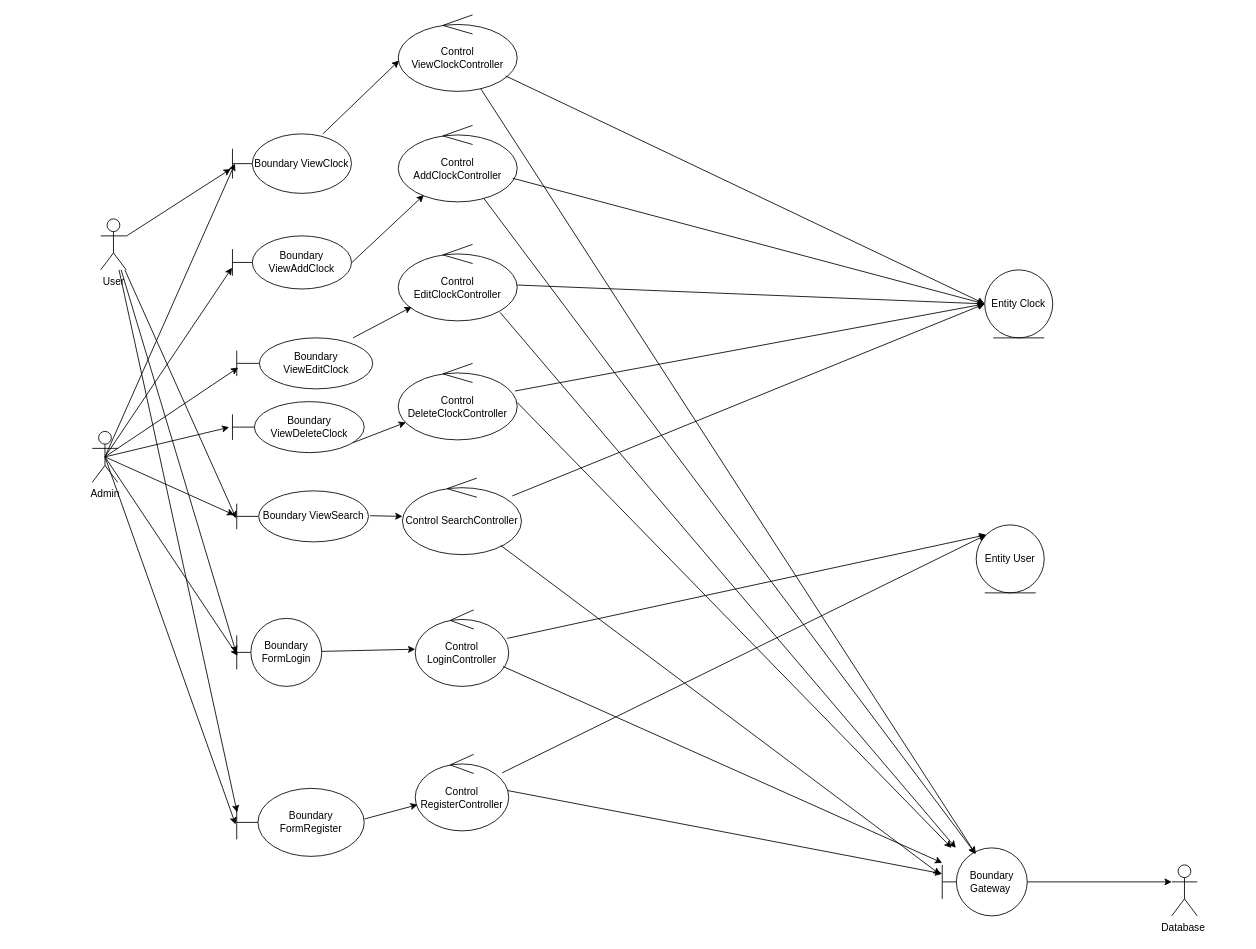
The draw.io diagram page "ECB" (2 of 5) of Draw/Cloc.drawio in TMChi3n/clock-web, before the edit. Source tidied: cells renumbered, new cells numbered last; positions are measured from the earlier drawing's top-left corner, leaving out a move shared by most shapes. Both pictures are drawn from the tidied source at 85%, with x=0, y=0 at pixel (92, 14).
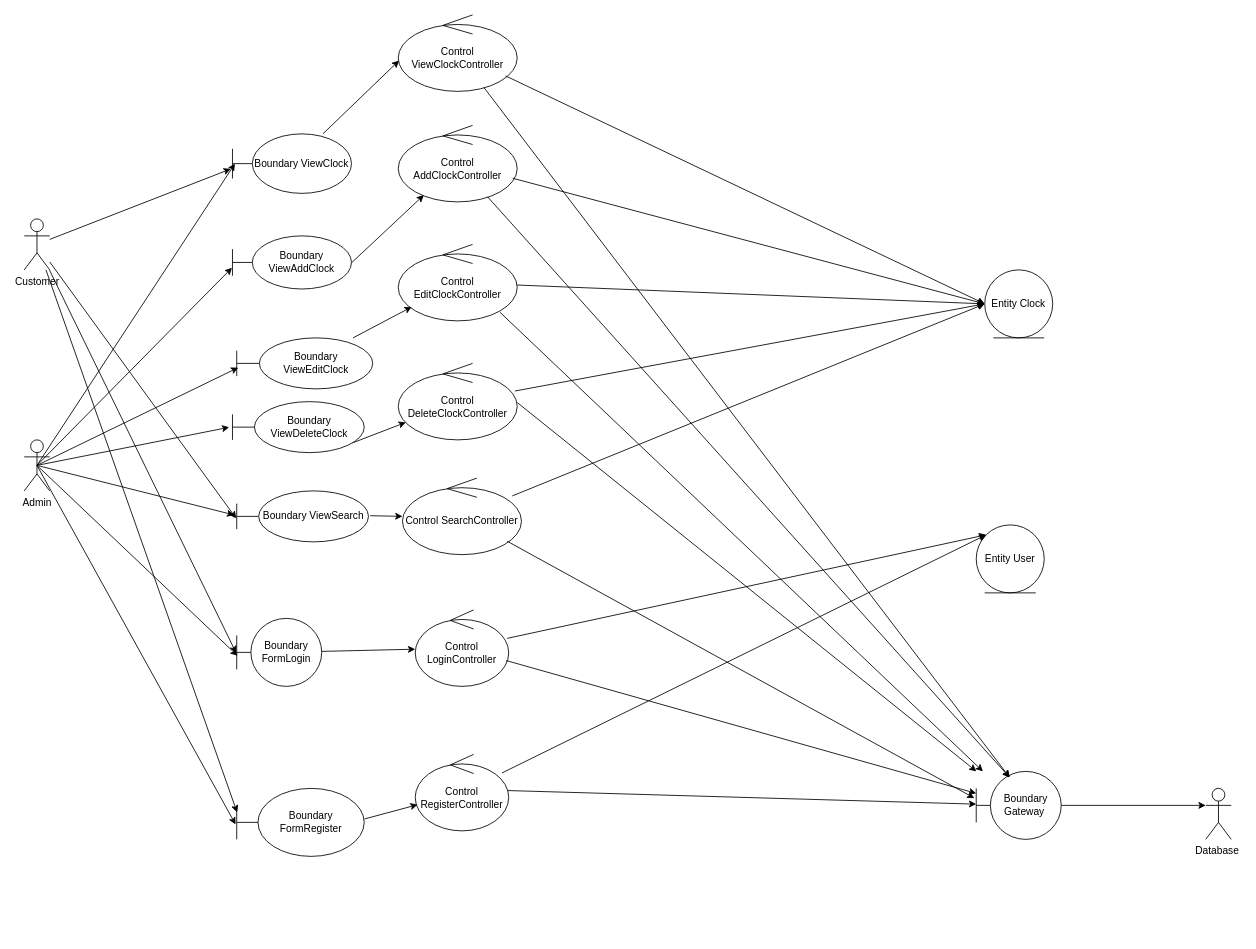
The same page after the edit.

Change to the diagram source:
```diff
@@
-    <mxCell id="3" value="User" style="shape=umlActor;verticalLabelPosition=bottom;verticalAlign=top;html=1;outlineConnect=0;" parent="1" vertex="1">
-      <mxGeometry x="10" y="240" width="30" height="60" as="geometry" />
+    <mxCell id="3" value="Customer" style="shape=umlActor;verticalLabelPosition=bottom;verticalAlign=top;html=1;outlineConnect=0;" parent="1" vertex="1">
+      <mxGeometry x="-80" y="240" width="30" height="60" as="geometry" />
     </mxCell>
     <mxCell id="4" value="Admin" style="shape=umlActor;verticalLabelPosition=bottom;verticalAlign=top;html=1;outlineConnect=0;" parent="1" vertex="1">
-      <mxGeometry y="490" width="30" height="60" as="geometry" />
+      <mxGeometry x="-80" y="500" width="30" height="60" as="geometry" />
     </mxCell>
@@
     <mxCell id="22" value="Boundary&lt;br&gt;Gateway&amp;nbsp;" style="shape=umlBoundary;whiteSpace=wrap;html=1;" parent="1" vertex="1">
-      <mxGeometry x="1000" y="980" width="100" height="80" as="geometry" />
+      <mxGeometry x="1040" y="890" width="100" height="80" as="geometry" />
     </mxCell>
@@
     <mxCell id="27" value="Database&amp;nbsp;" style="shape=umlActor;verticalLabelPosition=bottom;verticalAlign=top;html=1;" parent="1" vertex="1">
-      <mxGeometry x="1270" y="1000" width="30" height="60" as="geometry" />
+      <mxGeometry x="1310" y="910" width="30" height="60" as="geometry" />
     </mxCell>
```
